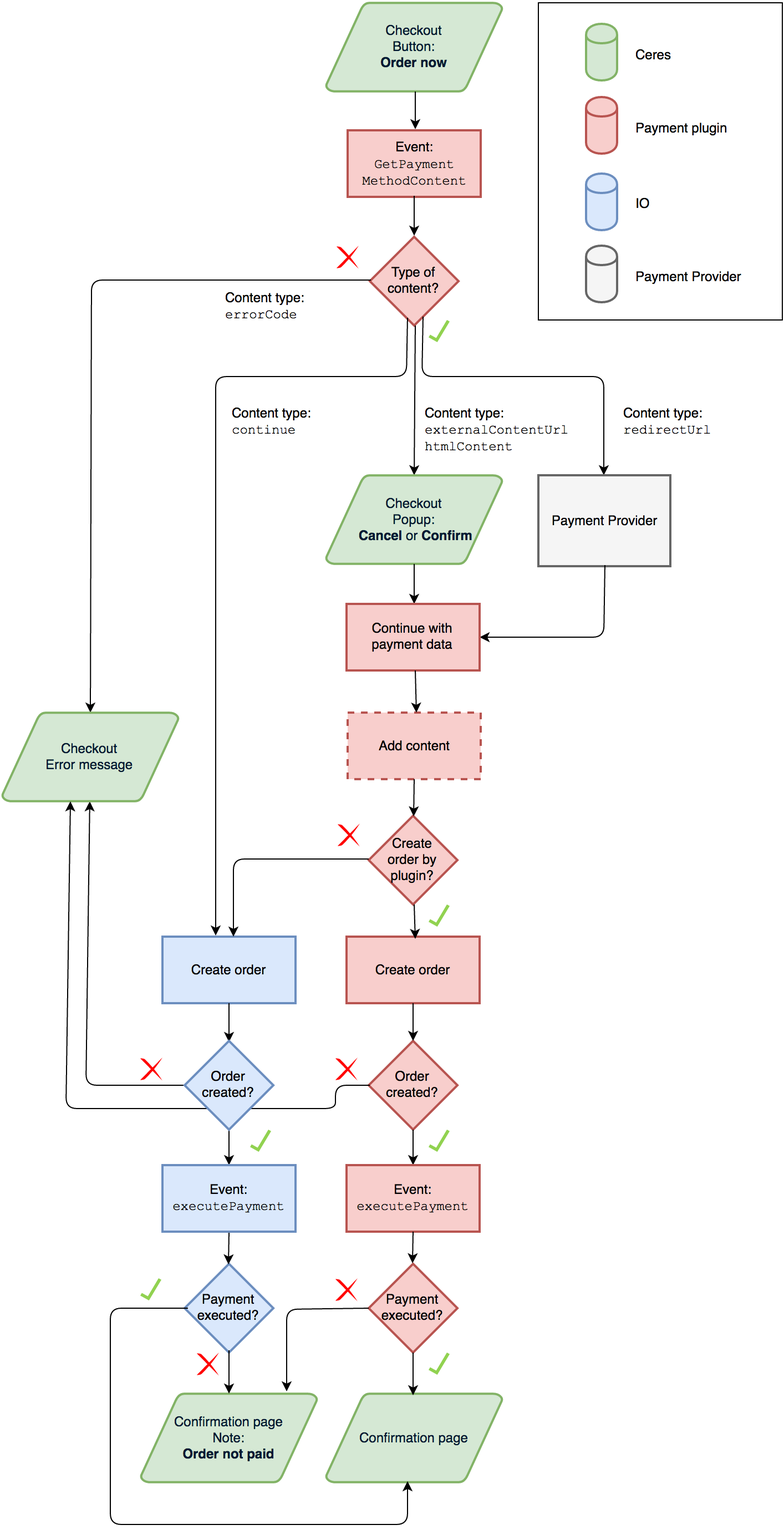
The draw.io diagram resources/images/payment-plugin-flowchart.png in edgardo-sandique/plentymarket_test4, before a commit. Source tidied: cells renumbered, new cells last; positions are measured from the earlier drawing's top-left corner, leaving out a move shared by most shapes.
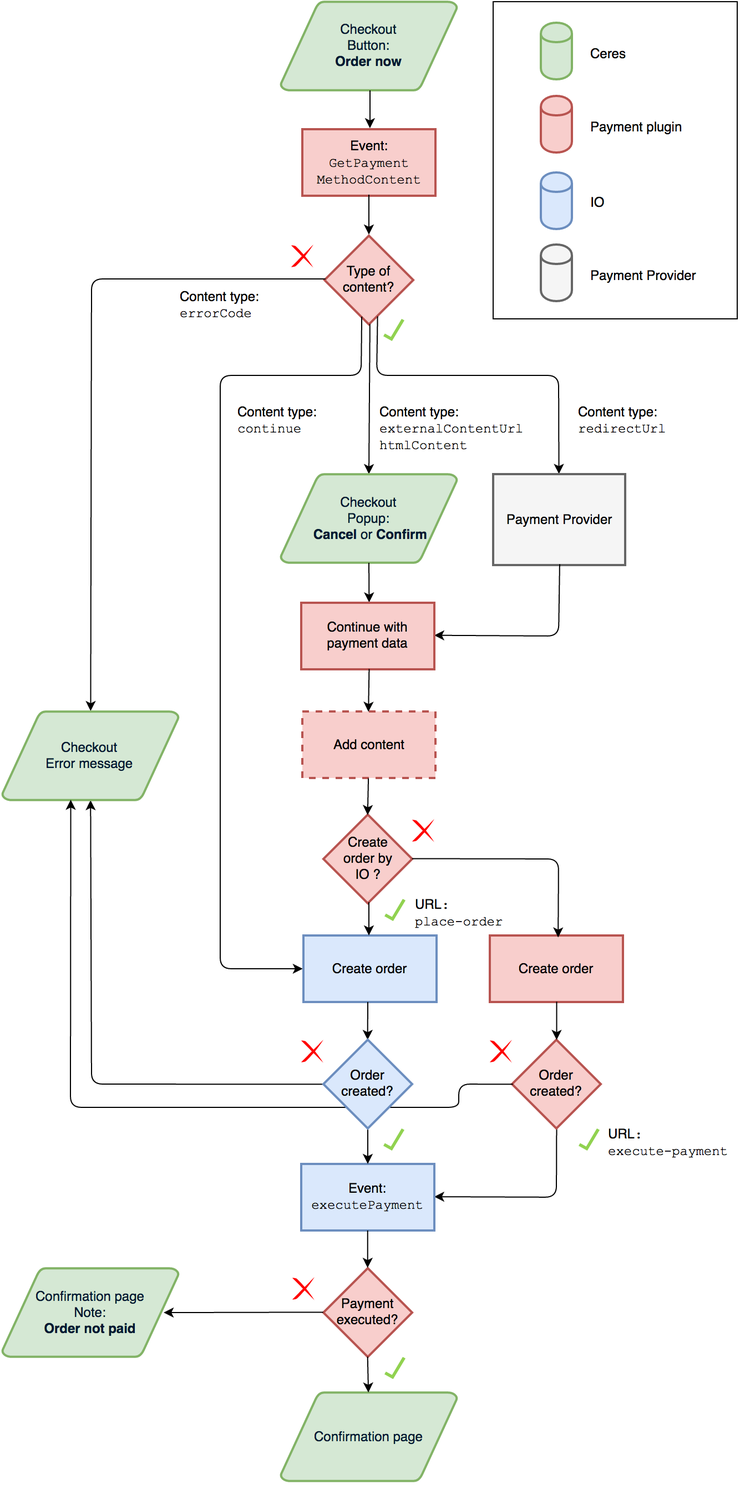
After the change.

Commit message:
UPDATE payment plugin workflow and description

Change to the diagram source:
```diff
@@ -2,9 +2,6 @@
   <root>
     <mxCell id="0" style="html=1;" />
     <mxCell id="1" style="html=1;" parent="0" />
-    <mxCell id="2" value="Payment executed?&lt;br&gt;" style="rhombus;whiteSpace=wrap;html=1;strokeWidth=2;fillColor=#dae8fc;strokeColor=#6c8ebf;" parent="1" vertex="1">
-      <mxGeometry x="165" y="1137" width="80" height="80" as="geometry" />
-    </mxCell>
     <mxCell id="3" value="Confirmation page&lt;br&gt;" style="shape=mxgraph.flowchart.data;fillColor=#d5e8d4;strokeColor=#82b366;strokeWidth=2;gradientDirection=north;fontColor=#001933;fontStyle=0;html=1;" parent="1" vertex="1">
       <mxGeometry x="292.5" y="1254" width="159" height="80" as="geometry" />
     </mxCell>
@@ -33,7 +30,7 @@
     <mxCell id="10" style="endArrow=classic;html=1;exitX=0.013;exitY=0.488;exitPerimeter=0;entryX=0.503;entryY=-0.006;entryPerimeter=0;" parent="1" edge="1" source="6" target="45">
       <mxGeometry relative="1" as="geometry">
         <Array as="points">
-          <mxPoint x="81" y="250" />
+          <mxPoint x="122" y="250" />
         </Array>
       </mxGeometry>
     </mxCell>
@@ -43,11 +40,15 @@
         <mxPoint x="372" y="210" as="targetPoint" />
       </mxGeometry>
     </mxCell>
-    <mxCell id="12" style="endArrow=classic;html=1;entryX=0.4;entryY=-0.025;entryPerimeter=0;exitX=0.419;exitY=0.913;exitPerimeter=0;" parent="1" edge="1" source="6" target="27">
+    <mxCell id="12" style="endArrow=classic;html=1;entryX=-0.005;entryY=0.5;entryPerimeter=0;exitX=0.419;exitY=0.913;exitPerimeter=0;" parent="1" edge="1">
       <mxGeometry relative="1" as="geometry">
+        <mxPoint x="365.6" y="284" as="sourcePoint" />
+        <mxPoint x="312.4" y="872" as="targetPoint" />
         <Array as="points">
           <mxPoint x="365" y="337" />
-          <mxPoint x="193" y="337" />
+          <mxPoint x="238" y="337" />
+          <mxPoint x="238" y="605" />
+          <mxPoint x="238" y="872" />
         </Array>
       </mxGeometry>
     </mxCell>
@@ -73,7 +74,7 @@
       <mxGeometry x="200" y="257" width="81" height="28" as="geometry" />
     </mxCell>
     <mxCell id="18" style="shadow=0;dashed=0;html=1;strokeColor=none;shape=mxgraph.mscae.general.checkmark;fillColor=#91D250;" parent="1" vertex="1">
-      <mxGeometry x="385" y="813" width="19" height="20" as="geometry" />
+      <mxGeometry x="386" y="809" width="19" height="20" as="geometry" />
     </mxCell>
     <mxCell id="19" style="shadow=0;dashed=0;html=1;strokeColor=none;shape=mxgraph.mscae.general.crossout;fillColor=#FF0000;" parent="1" vertex="1">
       <mxGeometry x="302" y="219" width="20" height="21" as="geometry" />
@@ -82,7 +83,7 @@
       <mxGeometry x="559" y="361" width="89" height="28" as="geometry" />
     </mxCell>
     <mxCell id="21" value="Content type: &lt;br&gt;&lt;font face=&quot;Courier New&quot;&gt;continue&lt;/font&gt;&lt;br&gt;" style="text;html=1;align=left;verticalAlign=top;spacingTop=-4;" parent="1" vertex="1">
-      <mxGeometry x="206" y="361" width="81" height="28" as="geometry" />
+      <mxGeometry x="252" y="361" width="81" height="28" as="geometry" />
     </mxCell>
     <mxCell id="22" style="endArrow=classic;html=1;entryX=0.508;entryY=0;entryPerimeter=0;" parent="1" edge="1" target="24">
       <mxGeometry relative="1" as="geometry">
@@ -103,131 +104,107 @@
       <mxGeometry x="312" y="640" width="120" height="60" as="geometry" />
     </mxCell>
     <mxCell id="26" value="Create order&lt;br&gt;" style="whiteSpace=wrap;html=1;strokeWidth=2;fillColor=#f8cecc;strokeColor=#b85450;" parent="1" vertex="1">
-      <mxGeometry x="311" y="842" width="120" height="60" as="geometry" />
+      <mxGeometry x="481" y="842" width="120" height="60" as="geometry" />
     </mxCell>
     <mxCell id="27" value="Create order&lt;br&gt;" style="whiteSpace=wrap;html=1;strokeWidth=2;fillColor=#dae8fc;strokeColor=#6c8ebf;" parent="1" vertex="1">
-      <mxGeometry x="145" y="842" width="120" height="60" as="geometry" />
+      <mxGeometry x="313" y="842" width="120" height="60" as="geometry" />
     </mxCell>
-    <mxCell id="28" value="Create &lt;br&gt;order by plugin?&lt;br&gt;" style="rhombus;whiteSpace=wrap;html=1;strokeWidth=2;direction=south;fillColor=#f8cecc;strokeColor=#b85450;" parent="1" vertex="1">
+    <mxCell id="28" value="Create &lt;br&gt;order by &lt;br&gt;IO ?&lt;br&gt;" style="rhombus;whiteSpace=wrap;html=1;strokeWidth=2;direction=south;fillColor=#f8cecc;strokeColor=#b85450;" parent="1" vertex="1">
       <mxGeometry x="331" y="733" width="80" height="80" as="geometry" />
     </mxCell>
-    <mxCell id="29" style="endArrow=classic;html=1;exitX=0.513;exitY=0.992;exitPerimeter=0;entryX=0.513;entryY=0.008;entryPerimeter=0;" parent="1" edge="1" source="24" target="25">
+    <mxCell id="29" style="endArrow=classic;html=1;exitX=0.513;exitY=0.992;exitPerimeter=0;entryX=0.499;entryY=0;entryPerimeter=0;" parent="1" edge="1" source="24" target="25">
       <mxGeometry relative="1" as="geometry" />
     </mxCell>
-    <mxCell id="30" style="endArrow=classic;html=1;exitX=0.5;exitY=1;exitPerimeter=0;" parent="1" edge="1" source="25" target="28">
+    <mxCell id="30" style="endArrow=classic;html=1;exitX=0.499;exitY=1;exitPerimeter=0;entryX=0.002;entryY=0.504;entryPerimeter=0;" parent="1" edge="1" source="25" target="28">
       <mxGeometry x="319.5" y="882.5" as="geometry" />
     </mxCell>
-    <mxCell id="31" style="endArrow=classic;html=1;entryX=0.513;entryY=0.025;entryPerimeter=0;exitX=0.994;exitY=0.488;exitPerimeter=0;" parent="1" edge="1" source="28" target="26">
-      <mxGeometry x="319.5" y="991.5" as="geometry" />
+    <mxCell id="31" style="endArrow=classic;html=1;entryX=0.513;entryY=0.025;entryPerimeter=0;exitX=0.495;exitY=0.004;exitPerimeter=0;" parent="1" edge="1" source="28" target="26">
+      <mxGeometry x="319.5" y="991.5" as="geometry">
+        <Array as="points">
+          <mxPoint x="543" y="773" />
+        </Array>
+      </mxGeometry>
     </mxCell>
-    <mxCell id="32" style="endArrow=classic;html=1;entryX=0.5;entryY=0.013;entryPerimeter=0;" parent="1" edge="1" source="27" target="55">
-      <mxGeometry x="190.5" y="1055.5" as="geometry" />
+    <mxCell id="32" style="endArrow=classic;html=1;entryX=0.496;entryY=0;entryPerimeter=0;" parent="1" edge="1" target="55">
+      <mxGeometry x="190.5" y="1055.5" as="geometry">
+        <mxPoint x="371" y="902" as="sourcePoint" />
+      </mxGeometry>
     </mxCell>
-    <mxCell id="33" style="endArrow=classic;html=1;exitX=0.488;exitY=0.994;exitPerimeter=0;" parent="1" edge="1" source="28">
+    <mxCell id="33" style="endArrow=classic;html=1;" parent="1" edge="1">
       <mxGeometry x="147.5" y="991.5" as="geometry">
-        <mxPoint x="209" y="842" as="targetPoint" />
-        <Array as="points">
-          <mxPoint x="209" y="772" />
-        </Array>
+        <mxPoint x="372" y="812" as="sourcePoint" />
+        <mxPoint x="372" y="842" as="targetPoint" />
       </mxGeometry>
     </mxCell>
     <mxCell id="34" style="shadow=0;dashed=0;html=1;strokeColor=none;shape=mxgraph.mscae.general.crossout;fillColor=#FF0000;" parent="1" vertex="1">
-      <mxGeometry x="303" y="740" width="20" height="21" as="geometry" />
+      <mxGeometry x="411" y="737" width="20" height="21" as="geometry" />
     </mxCell>
     <mxCell id="35" style="endArrow=classic;html=1;exitX=0.025;exitY=0.5;exitPerimeter=0;" parent="1" edge="1" source="55" target="45">
       <mxGeometry x="101.5" y="1187.5" as="geometry">
         <Array as="points">
-          <mxPoint x="76" y="976" />
+          <mxPoint x="122" y="976" />
         </Array>
       </mxGeometry>
     </mxCell>
-    <mxCell id="36" style="endArrow=classic;html=1;" parent="1" edge="1">
+    <mxCell id="36" style="endArrow=classic;html=1;entryX=0.998;entryY=0.495;entryPerimeter=0;exitX=0.5;exitY=1;exitPerimeter=0;" parent="1" edge="1" source="46" target="39">
       <mxGeometry x="152.5" y="1167.5" as="geometry">
-        <mxPoint x="205" y="1014" as="sourcePoint" />
-        <mxPoint x="205" y="1048" as="targetPoint" />
+        <Array as="points">
+          <mxPoint x="541" y="1078" />
+        </Array>
       </mxGeometry>
     </mxCell>
     <mxCell id="37" style="shadow=0;dashed=0;html=1;strokeColor=none;shape=mxgraph.mscae.general.crossout;fillColor=#FF0000;" parent="1" vertex="1">
-      <mxGeometry x="125" y="951" width="20" height="21" as="geometry" />
+      <mxGeometry x="481" y="936" width="20" height="21" as="geometry" />
     </mxCell>
     <mxCell id="38" style="shadow=0;dashed=0;html=1;strokeColor=none;shape=mxgraph.mscae.general.checkmark;fillColor=#91D250;" parent="1" vertex="1">
-      <mxGeometry x="224" y="1016" width="19" height="20" as="geometry" />
+      <mxGeometry x="561" y="1016" width="19" height="20" as="geometry" />
     </mxCell>
     <mxCell id="39" value="Event:&lt;br&gt;&lt;font face=&quot;Courier New&quot;&gt;executePayment&lt;/font&gt;&lt;br&gt;" style="whiteSpace=wrap;html=1;strokeWidth=2;fillColor=#dae8fc;strokeColor=#6c8ebf;" parent="1" vertex="1">
-      <mxGeometry x="145" y="1048" width="120" height="60" as="geometry" />
+      <mxGeometry x="311" y="1048" width="120" height="60" as="geometry" />
     </mxCell>
-    <mxCell id="40" style="endArrow=classic;html=1;entryX=0.513;entryY=0.008;entryPerimeter=0;" parent="1" edge="1">
-      <mxGeometry x="152.5" y="1262.5" as="geometry">
-        <mxPoint x="205" y="1109" as="sourcePoint" />
-        <mxPoint x="204.5" y="1137.5" as="targetPoint" />
-      </mxGeometry>
-    </mxCell>
-    <mxCell id="41" style="endArrow=classic;html=1;exitX=0.038;exitY=0.5;exitPerimeter=0;entryX=0.462;entryY=0.988;entryPerimeter=0;" parent="1" edge="1" source="2" target="3">
-      <mxGeometry x="153.5" y="1370.5" as="geometry">
-        <Array as="points">
-          <mxPoint x="98" y="1177" />
-          <mxPoint x="98" y="1372" />
-          <mxPoint x="366" y="1372" />
-        </Array>
-      </mxGeometry>
-    </mxCell>
-    <mxCell id="42" style="shadow=0;dashed=0;html=1;strokeColor=none;shape=mxgraph.mscae.general.checkmark;fillColor=#91D250;" parent="1" vertex="1">
-      <mxGeometry x="125" y="1150" width="19" height="20" as="geometry" />
-    </mxCell>
-    <mxCell id="43" style="shadow=0;dashed=0;html=1;strokeColor=none;shape=mxgraph.mscae.general.crossout;fillColor=#FF0000;" parent="1" vertex="1">
-      <mxGeometry x="176" y="1217" width="20" height="21" as="geometry" />
-    </mxCell>
     <mxCell id="44" value="&lt;br&gt;Confirmation page&lt;br&gt;Note:&lt;br&gt;&lt;b&gt;Order not paid&lt;/b&gt;&lt;br&gt;&lt;br&gt;" style="shape=mxgraph.flowchart.data;fillColor=#d5e8d4;strokeColor=#82b366;strokeWidth=2;gradientDirection=north;fontColor=#001933;fontStyle=0;html=1;" parent="1" vertex="1">
-      <mxGeometry x="125.5" y="1254" width="159" height="80" as="geometry" />
+      <mxGeometry x="41.5" y="1142" width="159" height="80" as="geometry" />
     </mxCell>
     <mxCell id="45" value="&lt;br&gt;Checkout&lt;br&gt;Error&lt;b&gt; &lt;/b&gt;message&lt;br&gt;&lt;br&gt;" style="shape=mxgraph.flowchart.data;fillColor=#d5e8d4;strokeColor=#82b366;strokeWidth=2;gradientDirection=north;fontColor=#001933;fontStyle=0;html=1;" parent="1" vertex="1">
-      <mxGeometry x="0.5" y="640" width="159" height="80" as="geometry" />
+      <mxGeometry x="41.5" y="640" width="159" height="80" as="geometry" />
     </mxCell>
     <mxCell id="46" value="Order created?&lt;br&gt;" style="rhombus;whiteSpace=wrap;html=1;strokeWidth=2;fillColor=#f8cecc;strokeColor=#b85450;" parent="1" vertex="1">
-      <mxGeometry x="331" y="936" width="80" height="80" as="geometry" />
+      <mxGeometry x="501" y="936" width="80" height="80" as="geometry" />
     </mxCell>
-    <mxCell id="47" style="endArrow=classic;html=1;entryX=0.5;entryY=0;entryPerimeter=0;" parent="1" edge="1" target="48">
+    <mxCell id="47" style="endArrow=classic;html=1;" parent="1" edge="1" target="39">
       <mxGeometry x="318.5" y="1169.5" as="geometry">
         <mxPoint x="371" y="1016" as="sourcePoint" />
       </mxGeometry>
     </mxCell>
-    <mxCell id="48" value="Event:&lt;br&gt;&lt;font face=&quot;Courier New&quot;&gt;executePayment&lt;/font&gt;&lt;br&gt;" style="whiteSpace=wrap;html=1;strokeWidth=2;fillColor=#f8cecc;strokeColor=#b85450;" parent="1" vertex="1">
-      <mxGeometry x="311" y="1048" width="120" height="60" as="geometry" />
-    </mxCell>
     <mxCell id="49" value="Payment executed?&lt;br&gt;" style="rhombus;whiteSpace=wrap;html=1;strokeWidth=2;fillColor=#f8cecc;strokeColor=#b85450;" parent="1" vertex="1">
-      <mxGeometry x="331" y="1137" width="80" height="80" as="geometry" />
+      <mxGeometry x="331" y="1142" width="80" height="80" as="geometry" />
     </mxCell>
-    <mxCell id="50" style="endArrow=classic;html=1;entryX=0.513;entryY=0.008;entryPerimeter=0;" parent="1" edge="1">
-      <mxGeometry x="318.5" y="1261.5" as="geometry">
-        <mxPoint x="371" y="1108" as="sourcePoint" />
-        <mxPoint x="370.5" y="1136.5" as="targetPoint" />
-      </mxGeometry>
+    <mxCell id="50" style="endArrow=classic;html=1;entryX=0.496;entryY=-0.004;entryPerimeter=0;" parent="1" edge="1" source="39" target="49">
+      <mxGeometry x="318.5" y="1261.5" as="geometry" />
     </mxCell>
-    <mxCell id="51" style="endArrow=classic;html=1;entryX=0.494;entryY=0.006;entryPerimeter=0;" parent="1" edge="1" target="46">
-      <mxGeometry x="318.5" y="1055.5" as="geometry">
-        <mxPoint x="371" y="902" as="sourcePoint" />
-      </mxGeometry>
+    <mxCell id="51" style="endArrow=classic;html=1;entryX=0.5;entryY=0;entryPerimeter=0;exitX=0.5;exitY=0.995;exitPerimeter=0;" parent="1" edge="1" source="26" target="46">
+      <mxGeometry x="318.5" y="1055.5" as="geometry" />
     </mxCell>
     <mxCell id="52" style="shadow=0;dashed=0;html=1;strokeColor=none;shape=mxgraph.mscae.general.crossout;fillColor=#FF0000;" parent="1" vertex="1">
-      <mxGeometry x="301" y="1150" width="20" height="21" as="geometry" />
+      <mxGeometry x="303" y="1150" width="20" height="21" as="geometry" />
     </mxCell>
     <mxCell id="53" style="shadow=0;dashed=0;html=1;strokeColor=none;shape=mxgraph.mscae.general.checkmark;fillColor=#91D250;" parent="1" vertex="1">
-      <mxGeometry x="385" y="1217" width="19" height="20" as="geometry" />
+      <mxGeometry x="386" y="1222" width="19" height="20" as="geometry" />
     </mxCell>
     <mxCell id="54" style="endArrow=classic;html=1;exitX=0.013;exitY=0.5;exitPerimeter=0;entryX=0.387;entryY=0.994;entryPerimeter=0;" parent="1" edge="1" source="46" target="45">
       <mxGeometry x="15.5" y="1188.5" as="geometry">
         <Array as="points">
-          <mxPoint x="301" y="976" />
-          <mxPoint x="301" y="997" />
-          <mxPoint x="58" y="997" />
+          <mxPoint x="453" y="976" />
+          <mxPoint x="453" y="997" />
+          <mxPoint x="103" y="997" />
         </Array>
       </mxGeometry>
     </mxCell>
     <mxCell id="55" value="Order created?&lt;br&gt;" style="rhombus;whiteSpace=wrap;html=1;strokeWidth=2;fillColor=#dae8fc;strokeColor=#6c8ebf;" parent="1" vertex="1">
-      <mxGeometry x="165" y="936" width="80" height="80" as="geometry" />
+      <mxGeometry x="331" y="936" width="80" height="80" as="geometry" />
     </mxCell>
     <mxCell id="56" style="shadow=0;dashed=0;html=1;strokeColor=none;shape=mxgraph.mscae.general.crossout;fillColor=#FF0000;" parent="1" vertex="1">
-      <mxGeometry x="301" y="951" width="20" height="21" as="geometry" />
+      <mxGeometry x="311" y="936" width="20" height="21" as="geometry" />
     </mxCell>
     <mxCell id="57" style="shape=cylinder;whiteSpace=wrap;html=1;strokeWidth=2;fillColor=#d5e8d4;strokeColor=#82b366;" parent="1" vertex="1">
       <mxGeometry x="527" y="19" width="28" height="51" as="geometry" />
@@ -259,21 +236,22 @@
     <mxCell id="66" style="shadow=0;dashed=0;html=1;strokeColor=none;shape=mxgraph.mscae.general.checkmark;fillColor=#91D250;" parent="1" vertex="1">
       <mxGeometry x="385" y="286" width="19" height="20" as="geometry" />
     </mxCell>
-    <mxCell id="67" style="endArrow=classic;html=1;exitX=0.5;exitY=0.975;exitPerimeter=0;entryX=0.503;entryY=0;entryPerimeter=0;" parent="1" edge="1" source="2" target="44">
-      <mxGeometry relative="1" as="geometry" />
-    </mxCell>
-    <mxCell id="68" style="endArrow=classic;html=1;exitX=0.5;exitY=0.975;exitPerimeter=0;entryX=0.494;entryY=0.019;entryPerimeter=0;" parent="1" edge="1">
-      <mxGeometry x="319" y="1371" as="geometry">
-        <mxPoint x="371" y="1217" as="sourcePoint" />
-        <mxPoint x="371" y="1255.5" as="targetPoint" />
-      </mxGeometry>
+    <mxCell id="68" style="endArrow=classic;html=1;exitX=0.496;exitY=0.996;exitPerimeter=0;entryX=0.499;entryY=0.004;entryPerimeter=0;" parent="1" edge="1" source="49" target="3">
+      <mxGeometry x="253" y="1371" as="geometry" />
     </mxCell>
-    <mxCell id="69" style="endArrow=classic;html=1;exitX=0;exitY=0.506;exitPerimeter=0;entryX=0.827;entryY=-0.025;entryPerimeter=0;" parent="1" edge="1" source="49" target="44">
+    <mxCell id="69" style="endArrow=classic;html=1;exitX=-0.004;exitY=0.496;exitPerimeter=0;" parent="1" edge="1" source="49">
       <mxGeometry relative="1" as="geometry">
+        <mxPoint x="187" y="1182" as="targetPoint" />
         <Array as="points">
-          <mxPoint x="257" y="1178" />
+          <mxPoint x="209" y="1182" />
         </Array>
       </mxGeometry>
     </mxCell>
+    <mxCell id="70" value="&lt;font face=&quot;Courier New&quot;&gt;&lt;font face=&quot;Helvetica&quot;&gt;URL&lt;/font&gt;:&lt;br&gt;place-order&lt;/font&gt;&lt;br&gt;" style="text;html=1;align=left;verticalAlign=top;spacingTop=-4;" parent="1" vertex="1">
+      <mxGeometry x="412" y="805" width="89" height="28" as="geometry" />
+    </mxCell>
+    <mxCell id="71" value="&lt;font face=&quot;Courier New&quot;&gt;&lt;font face=&quot;Helvetica&quot;&gt;URL&lt;/font&gt;:&lt;br&gt;execute-payment&lt;/font&gt;&lt;br&gt;" style="text;html=1;align=left;verticalAlign=top;spacingTop=-4;" parent="1" vertex="1">
+      <mxGeometry x="586" y="1012" width="118" height="28" as="geometry" />
+    </mxCell>
   </root>
 </mxGraphModel>
```
